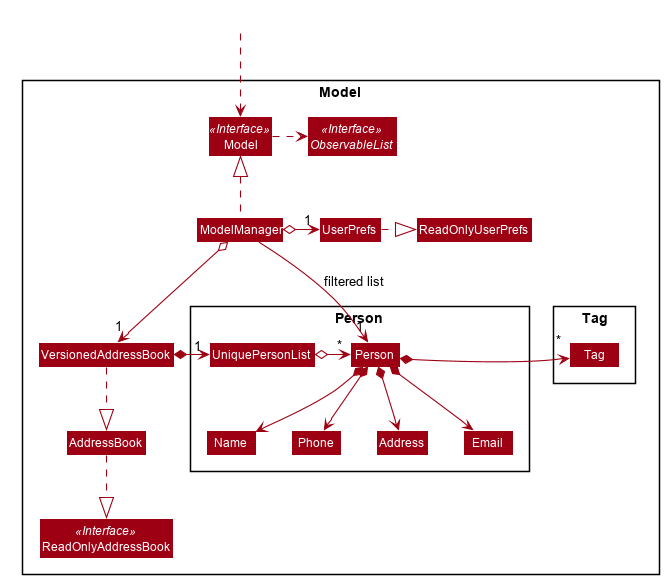
Before: docs/images/ModelClassDiagram.png, a diagram exported from PlantUML (se-edu/addressbook-level4).
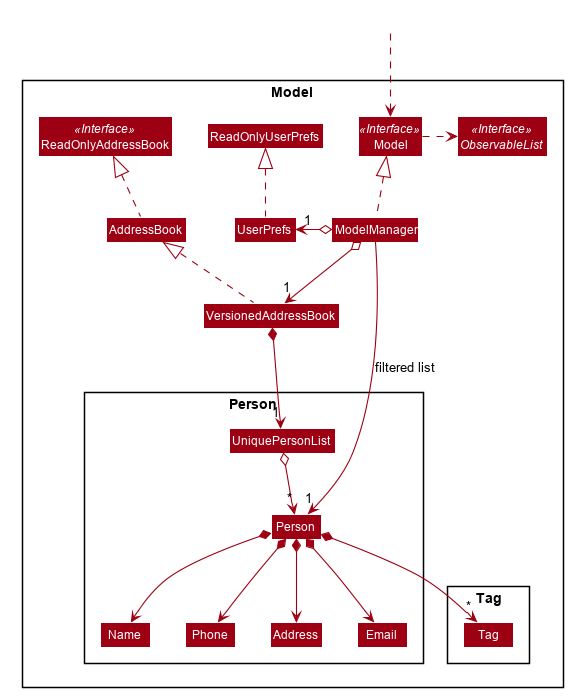
After the commit.

The edit, as a diff of the source:
```diff
@@ -77,22 +77,22 @@
 Class HiddenOutside #FFFFFF
 HiddenOutside ..> Model
 
-AddressBook ..|> ReadOnlyAddressBook
-VersionedAddressBook ..|> AddressBook
+AddressBook .up.|> ReadOnlyAddressBook
+VersionedAddressBook .up.|> AddressBook
 
 ModelManager .up.|> Model
 Model .right.> ObservableList
 ModelManager o--> "1" VersionedAddressBook
-ModelManager o-right-> "1" UserPrefs
-UserPrefs .right.|> ReadOnlyUserPrefs
+ModelManager o-left-> "1" UserPrefs
+UserPrefs .up.|> ReadOnlyUserPrefs
 
-VersionedAddressBook *-right-> "1" UniquePersonList
-UniquePersonList o--right> "*" Person
+VersionedAddressBook *--> "1" UniquePersonList
+UniquePersonList o--> "*" Person
 Person *--> Name
 Person *--> Phone
 Person *--> Email
 Person *--> Address
-Person *-right-> "*" Tag
+Person *--> "*" Tag
 
 Name -[hidden]right-> Phone
 Phone -[hidden]right-> Address
```
